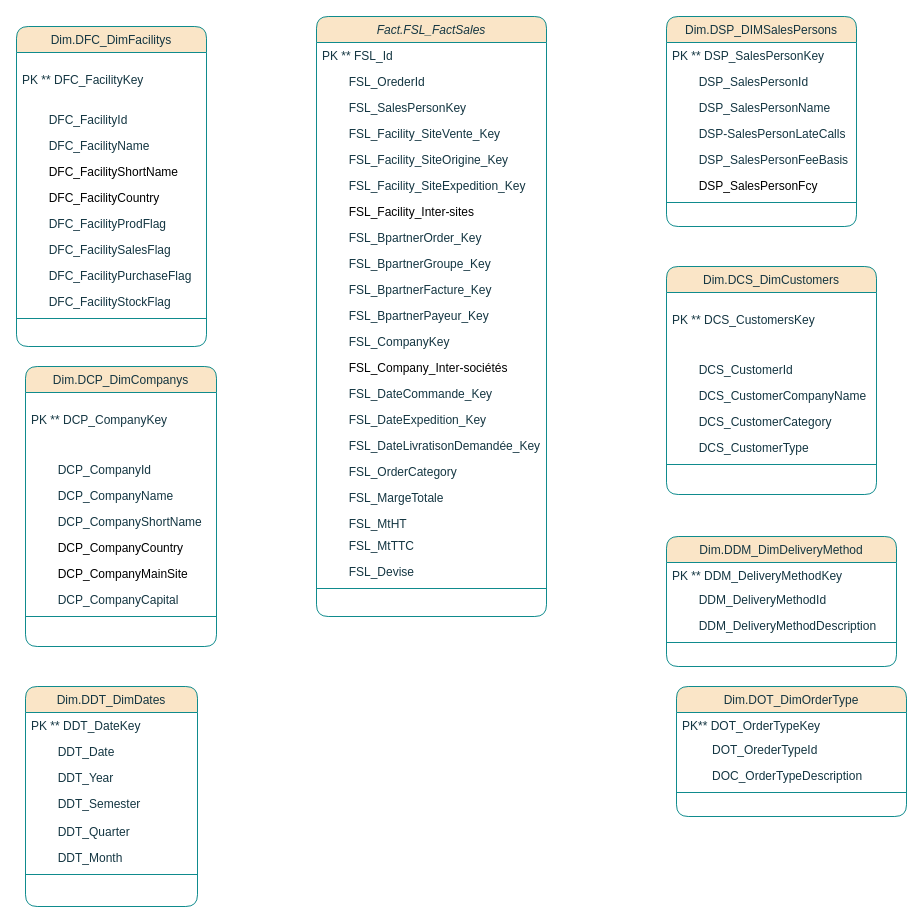
The draw.io diagram Diagramme de classe.drawio in BorchaniMohamed/BI_PROJECT_PFE, before the edit. Source tidied: cells renumbered, new cells numbered last; positions are measured from the earlier drawing's top-left corner, leaving out a move shared by most shapes. Both pictures are drawn from the tidied source at 100%, with x=0, y=0 at pixel (16, 16).
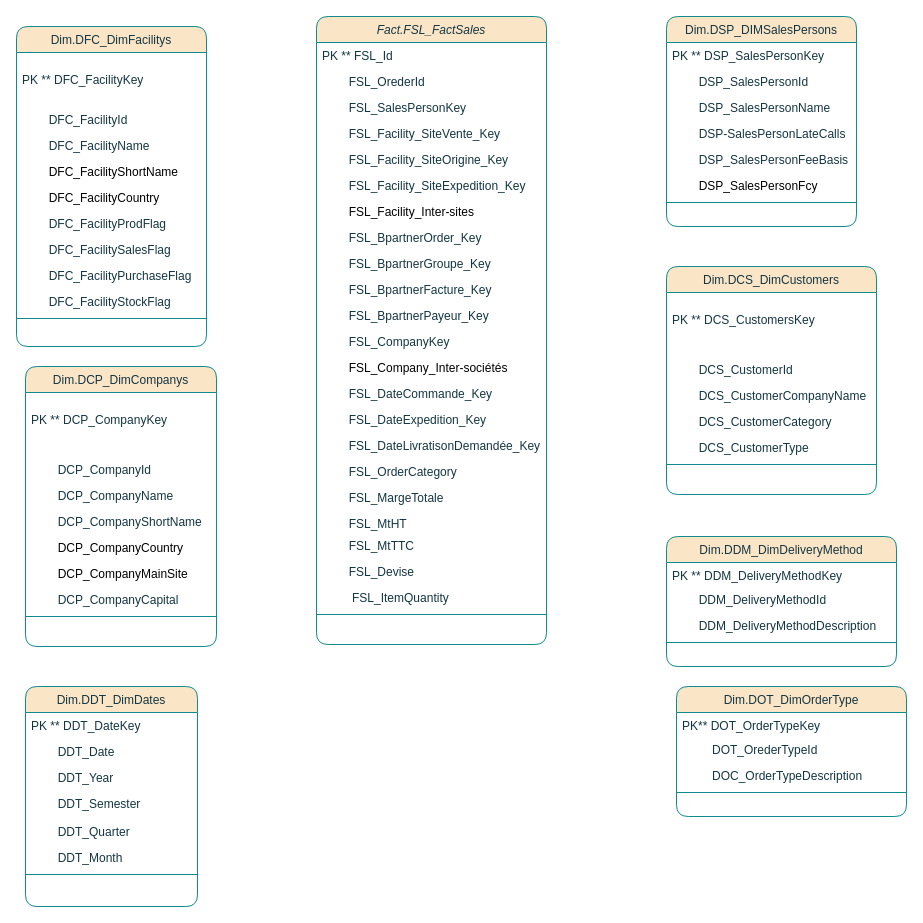
Above is the later version.

Commit message:
Mettre à jour Diagramme de classe.drawio

Change to the diagram source:
```diff
@@
     <mxCell id="2" value="Fact.FSL_FactSales" style="swimlane;fontStyle=2;align=center;verticalAlign=top;horizontal=1;startSize=26;rounded=1;shadow=0;strokeWidth=1;labelBackgroundColor=none;fillColor=#FAE5C7;strokeColor=#0F8B8D;fontColor=#143642;" parent="1" vertex="1">
-      <mxGeometry x="300" width="230" height="600" as="geometry" />
+      <mxGeometry x="300" width="230" height="628" as="geometry" />
     </mxCell>
@@
+    <mxCell id="78" value="         FSL_ItemQuantity" style="text;align=left;verticalAlign=top;spacingLeft=4;spacingRight=4;overflow=hidden;rounded=1;shadow=0;html=0;labelBackgroundColor=none;fontColor=#143642;" parent="2" vertex="1">
+      <mxGeometry y="568" width="230" height="26" as="geometry" />
+    </mxCell>
     <mxCell id="24" style="line;html=1;strokeWidth=1;align=left;verticalAlign=middle;spacingTop=-1;spacingLeft=3;spacingRight=3;labelPosition=right;labelBackgroundColor=none;fillColor=#FAE5C7;strokeColor=#0F8B8D;fontColor=#143642;rounded=1;" parent="2" vertex="1">
-      <mxGeometry y="568" width="230" height="8" as="geometry" />
+      <mxGeometry y="594" width="230" height="8" as="geometry" />
     </mxCell>
```
